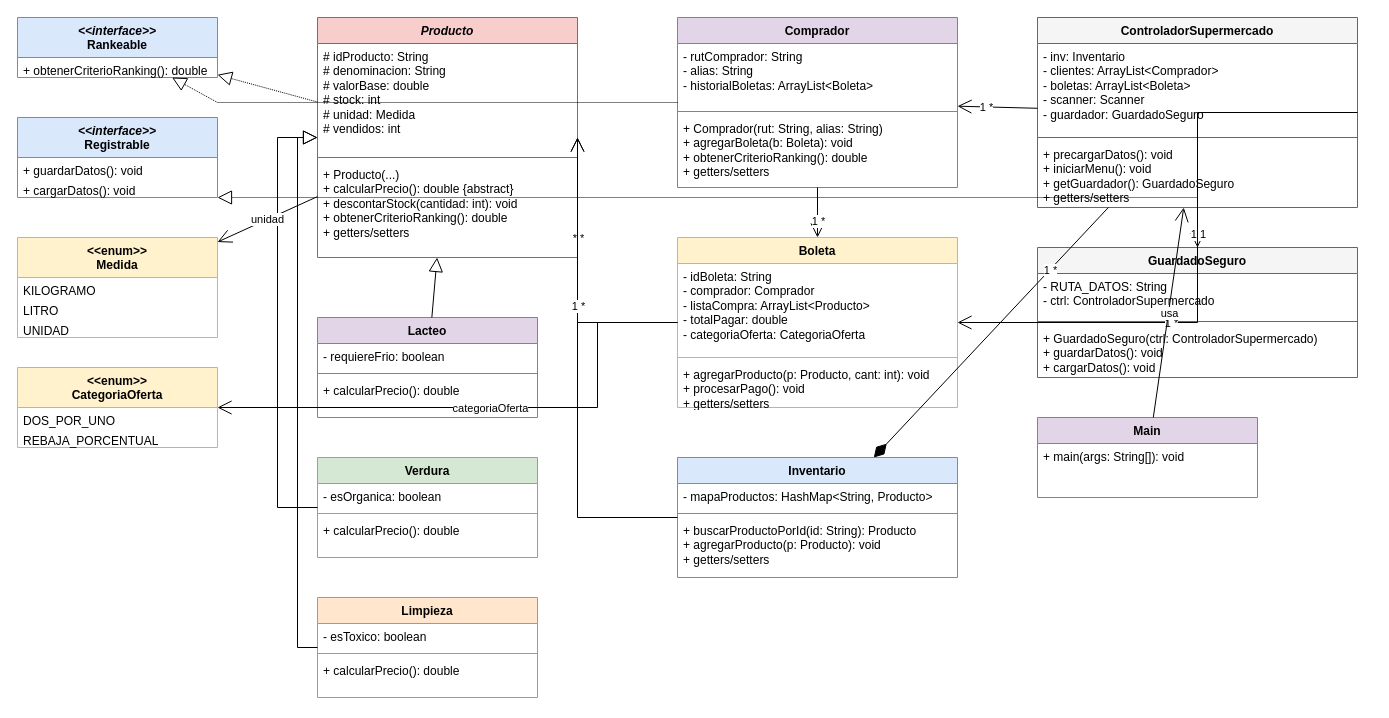
Before: diagrama_clases.drawio in Sebiita/Proyecto-de-prograavanzada, a draw.io diagram. Source tidied: cells renumbered, new cells numbered last; positions are measured from the earlier drawing's top-left corner, leaving out a move shared by most shapes. Both pictures are drawn from the tidied source at 100%, with x=0, y=0 at pixel (17, 17).
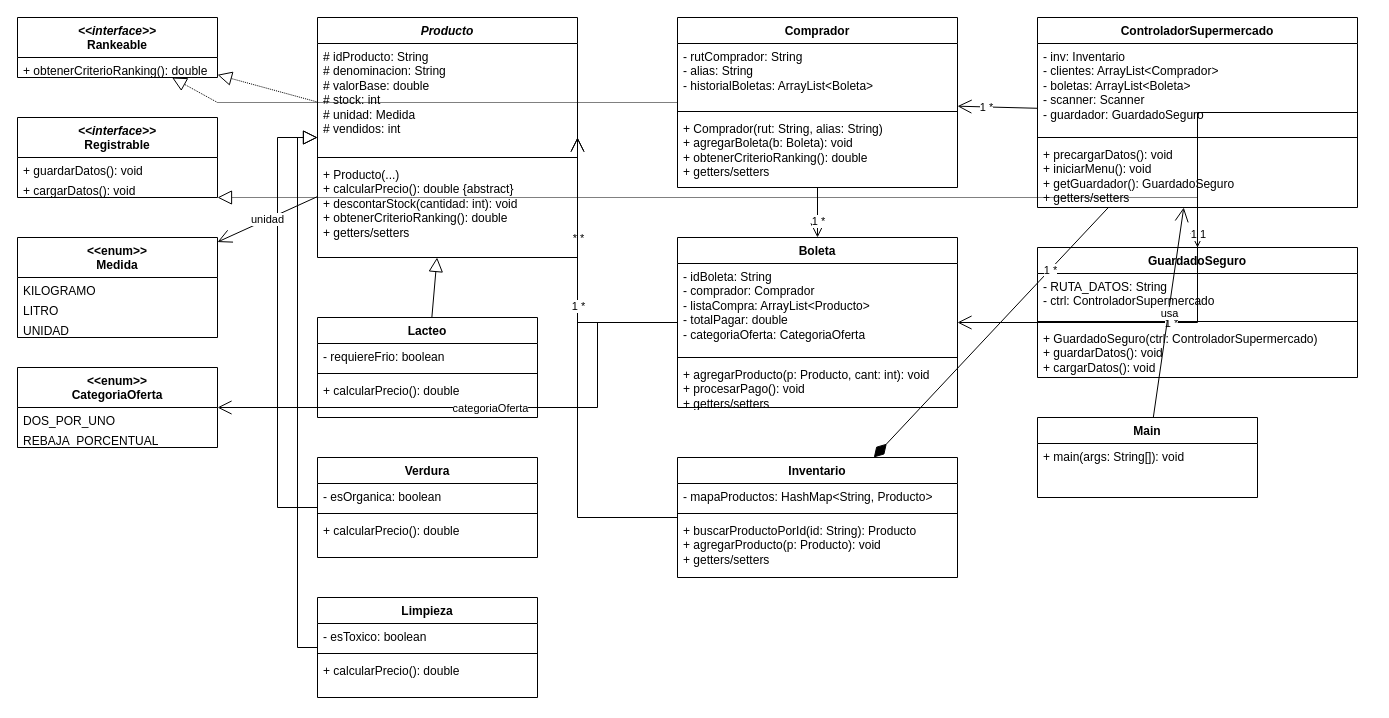
The same page after the edit.

Commit message:
Elimina colores del diagrama UML

Diff of the diagram source:
```diff
@@
-    <mxCell id="2" value="&lt;i&gt;&amp;lt;&amp;lt;interface&amp;gt;&amp;gt;&lt;/i&gt;&lt;br&gt;&lt;b&gt;Rankeable&lt;/b&gt;" style="swimlane;fontStyle=1;align=center;verticalAlign=top;horizontal=1;startSize=40;whiteSpace=wrap;html=1;fillColor=#dae8fc;strokeColor=#6c8ebf;" parent="1" vertex="1">
+    <mxCell id="2" value="&lt;i&gt;&amp;lt;&amp;lt;interface&amp;gt;&amp;gt;&lt;/i&gt;&lt;br&gt;&lt;b&gt;Rankeable&lt;/b&gt;" style="swimlane;fontStyle=1;align=center;verticalAlign=top;horizontal=1;startSize=40;whiteSpace=wrap;html=1;" parent="1" vertex="1">
       <mxGeometry width="200" height="60" as="geometry" />
     </mxCell>
@@
-    <mxCell id="4" value="&lt;i&gt;&amp;lt;&amp;lt;interface&amp;gt;&amp;gt;&lt;/i&gt;&lt;br&gt;&lt;b&gt;Registrable&lt;/b&gt;" style="swimlane;fontStyle=1;align=center;verticalAlign=top;horizontal=1;startSize=40;whiteSpace=wrap;html=1;fillColor=#dae8fc;strokeColor=#6c8ebf;" parent="1" vertex="1">
+    <mxCell id="4" value="&lt;i&gt;&amp;lt;&amp;lt;interface&amp;gt;&amp;gt;&lt;/i&gt;&lt;br&gt;&lt;b&gt;Registrable&lt;/b&gt;" style="swimlane;fontStyle=1;align=center;verticalAlign=top;horizontal=1;startSize=40;whiteSpace=wrap;html=1;" parent="1" vertex="1">
       <mxGeometry y="100" width="200" height="80" as="geometry" />
     </mxCell>
@@
-    <mxCell id="7" value="&amp;lt;&amp;lt;enum&amp;gt;&amp;gt;&lt;br&gt;&lt;b&gt;Medida&lt;/b&gt;" style="swimlane;fontStyle=1;align=center;verticalAlign=top;horizontal=1;startSize=40;whiteSpace=wrap;html=1;fillColor=#fff2cc;strokeColor=#d6b656;" parent="1" vertex="1">
+    <mxCell id="7" value="&amp;lt;&amp;lt;enum&amp;gt;&amp;gt;&lt;br&gt;&lt;b&gt;Medida&lt;/b&gt;" style="swimlane;fontStyle=1;align=center;verticalAlign=top;horizontal=1;startSize=40;whiteSpace=wrap;html=1;" parent="1" vertex="1">
       <mxGeometry y="220" width="200" height="100" as="geometry" />
     </mxCell>
@@
-    <mxCell id="11" value="&amp;lt;&amp;lt;enum&amp;gt;&amp;gt;&lt;br&gt;&lt;b&gt;CategoriaOferta&lt;/b&gt;" style="swimlane;fontStyle=1;align=center;verticalAlign=top;horizontal=1;startSize=40;whiteSpace=wrap;html=1;fillColor=#fff2cc;strokeColor=#d6b656;" parent="1" vertex="1">
+    <mxCell id="11" value="&amp;lt;&amp;lt;enum&amp;gt;&amp;gt;&lt;br&gt;&lt;b&gt;CategoriaOferta&lt;/b&gt;" style="swimlane;fontStyle=1;align=center;verticalAlign=top;horizontal=1;startSize=40;whiteSpace=wrap;html=1;" parent="1" vertex="1">
       <mxGeometry y="350" width="200" height="80" as="geometry" />
     </mxCell>
@@
-    <mxCell id="14" value="&lt;b&gt;Producto&lt;/b&gt;" style="swimlane;fontStyle=3;align=center;verticalAlign=top;horizontal=1;startSize=26;whiteSpace=wrap;html=1;fillColor=#f8cecc;strokeColor=#b85450;" parent="1" vertex="1">
+    <mxCell id="14" value="&lt;b&gt;Producto&lt;/b&gt;" style="swimlane;fontStyle=3;align=center;verticalAlign=top;horizontal=1;startSize=26;whiteSpace=wrap;html=1;" parent="1" vertex="1">
       <mxGeometry x="300" width="260" height="240" as="geometry" />
     </mxCell>
@@
-    <mxCell id="18" value="&lt;b&gt;Lacteo&lt;/b&gt;" style="swimlane;fontStyle=1;align=center;verticalAlign=top;horizontal=1;startSize=26;whiteSpace=wrap;html=1;fillColor=#e1d5e7;strokeColor=#9673a6;" parent="1" vertex="1">
+    <mxCell id="18" value="&lt;b&gt;Lacteo&lt;/b&gt;" style="swimlane;fontStyle=1;align=center;verticalAlign=top;horizontal=1;startSize=26;whiteSpace=wrap;html=1;" parent="1" vertex="1">
       <mxGeometry x="300" y="300" width="220" height="100" as="geometry" />
     </mxCell>
@@
-    <mxCell id="22" value="&lt;b&gt;Verdura&lt;/b&gt;" style="swimlane;fontStyle=1;align=center;verticalAlign=top;horizontal=1;startSize=26;whiteSpace=wrap;html=1;fillColor=#d5e8d4;strokeColor=#82b366;" parent="1" vertex="1">
+    <mxCell id="22" value="&lt;b&gt;Verdura&lt;/b&gt;" style="swimlane;fontStyle=1;align=center;verticalAlign=top;horizontal=1;startSize=26;whiteSpace=wrap;html=1;" parent="1" vertex="1">
       <mxGeometry x="300" y="440" width="220" height="100" as="geometry" />
     </mxCell>
@@
-    <mxCell id="26" value="&lt;b&gt;Limpieza&lt;/b&gt;" style="swimlane;fontStyle=1;align=center;verticalAlign=top;horizontal=1;startSize=26;whiteSpace=wrap;html=1;fillColor=#ffe6cc;strokeColor=#d79b00;" parent="1" vertex="1">
+    <mxCell id="26" value="&lt;b&gt;Limpieza&lt;/b&gt;" style="swimlane;fontStyle=1;align=center;verticalAlign=top;horizontal=1;startSize=26;whiteSpace=wrap;html=1;" parent="1" vertex="1">
       <mxGeometry x="300" y="580" width="220" height="100" as="geometry" />
     </mxCell>
@@
-    <mxCell id="30" value="&lt;b&gt;Comprador&lt;/b&gt;" style="swimlane;fontStyle=1;align=center;verticalAlign=top;horizontal=1;startSize=26;whiteSpace=wrap;html=1;fillColor=#e1d5e7;strokeColor=#9673a6;" parent="1" vertex="1">
+    <mxCell id="30" value="&lt;b&gt;Comprador&lt;/b&gt;" style="swimlane;fontStyle=1;align=center;verticalAlign=top;horizontal=1;startSize=26;whiteSpace=wrap;html=1;" parent="1" vertex="1">
       <mxGeometry x="660" width="280" height="170" as="geometry" />
     </mxCell>
@@
-    <mxCell id="34" value="&lt;b&gt;Boleta&lt;/b&gt;" style="swimlane;fontStyle=1;align=center;verticalAlign=top;horizontal=1;startSize=26;whiteSpace=wrap;html=1;fillColor=#fff2cc;strokeColor=#d6b656;" parent="1" vertex="1">
+    <mxCell id="34" value="&lt;b&gt;Boleta&lt;/b&gt;" style="swimlane;fontStyle=1;align=center;verticalAlign=top;horizontal=1;startSize=26;whiteSpace=wrap;html=1;" parent="1" vertex="1">
       <mxGeometry x="660" y="220" width="280" height="170" as="geometry" />
     </mxCell>
@@
-    <mxCell id="38" value="&lt;b&gt;Inventario&lt;/b&gt;" style="swimlane;fontStyle=1;align=center;verticalAlign=top;horizontal=1;startSize=26;whiteSpace=wrap;html=1;fillColor=#dae8fc;strokeColor=#6c8ebf;" parent="1" vertex="1">
+    <mxCell id="38" value="&lt;b&gt;Inventario&lt;/b&gt;" style="swimlane;fontStyle=1;align=center;verticalAlign=top;horizontal=1;startSize=26;whiteSpace=wrap;html=1;" parent="1" vertex="1">
       <mxGeometry x="660" y="440" width="280" height="120" as="geometry" />
     </mxCell>
@@
-    <mxCell id="42" value="&lt;b&gt;ControladorSupermercado&lt;/b&gt;" style="swimlane;fontStyle=1;align=center;verticalAlign=top;horizontal=1;startSize=26;whiteSpace=wrap;html=1;fillColor=#f5f5f5;strokeColor=#666666;" parent="1" vertex="1">
+    <mxCell id="42" value="&lt;b&gt;ControladorSupermercado&lt;/b&gt;" style="swimlane;fontStyle=1;align=center;verticalAlign=top;horizontal=1;startSize=26;whiteSpace=wrap;html=1;" parent="1" vertex="1">
       <mxGeometry x="1020" width="320" height="190" as="geometry" />
     </mxCell>
@@
-    <mxCell id="46" value="&lt;b&gt;GuardadoSeguro&lt;/b&gt;" style="swimlane;fontStyle=1;align=center;verticalAlign=top;horizontal=1;startSize=26;whiteSpace=wrap;html=1;fillColor=#f5f5f5;strokeColor=#666666;" parent="1" vertex="1">
+    <mxCell id="46" value="&lt;b&gt;GuardadoSeguro&lt;/b&gt;" style="swimlane;fontStyle=1;align=center;verticalAlign=top;horizontal=1;startSize=26;whiteSpace=wrap;html=1;" parent="1" vertex="1">
       <mxGeometry x="1020" y="230" width="320" height="130" as="geometry" />
     </mxCell>
@@
-    <mxCell id="50" value="&lt;b&gt;Main&lt;/b&gt;" style="swimlane;fontStyle=1;align=center;verticalAlign=top;horizontal=1;startSize=26;whiteSpace=wrap;html=1;fillColor=#e1d5e7;strokeColor=#9673a6;" parent="1" vertex="1">
+    <mxCell id="50" value="&lt;b&gt;Main&lt;/b&gt;" style="swimlane;fontStyle=1;align=center;verticalAlign=top;horizontal=1;startSize=26;whiteSpace=wrap;html=1;" parent="1" vertex="1">
       <mxGeometry x="1020" y="400" width="220" height="80" as="geometry" />
     </mxCell>
```
